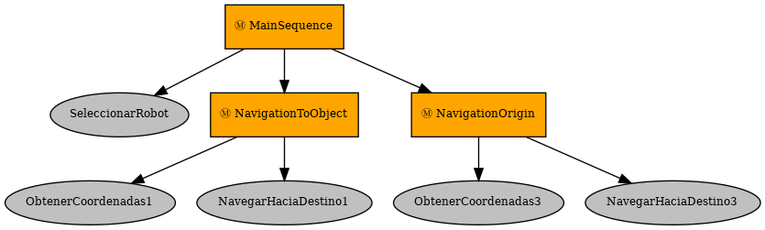
The Graphviz diagram bt.png in LuisLuar/Proyecto_Robotica, before a commit. Its source is kept beside it as bt.dot.
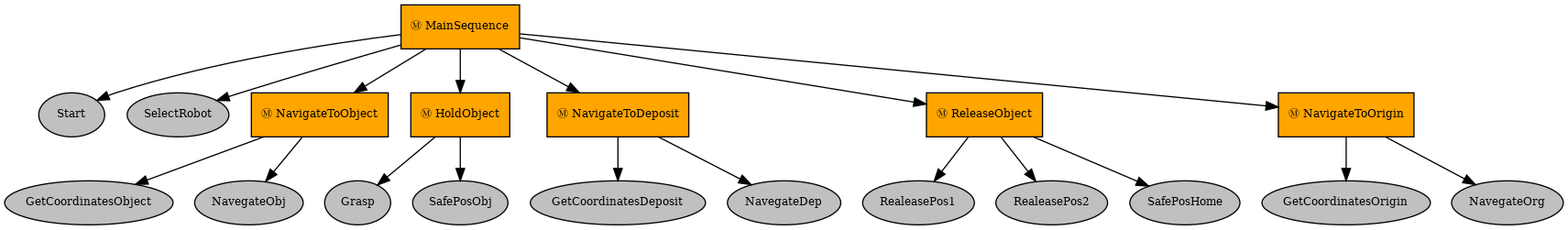
The same diagram one commit later.

Diff of the diagram source:
```diff
@@ -4,18 +4,40 @@
 node [fontname="times-roman"];
 edge [fontname="times-roman"];
 MainSequence [fillcolor=orange, fontcolor=black, fontsize=9, label="Ⓜ MainSequence", shape=box, style=filled];
-SeleccionarRobot [fillcolor=gray, fontcolor=black, fontsize=9, label=SeleccionarRobot, shape=ellipse, style=filled];
-MainSequence -> SeleccionarRobot;
-NavigationToObject [fillcolor=orange, fontcolor=black, fontsize=9, label="Ⓜ NavigationToObject", shape=box, style=filled];
-MainSequence -> NavigationToObject;
-ObtenerCoordenadas1 [fillcolor=gray, fontcolor=black, fontsize=9, label=ObtenerCoordenadas1, shape=ellipse, style=filled];
-NavigationToObject -> ObtenerCoordenadas1;
-NavegarHaciaDestino1 [fillcolor=gray, fontcolor=black, fontsize=9, label=NavegarHaciaDestino1, shape=ellipse, style=filled];
-NavigationToObject -> NavegarHaciaDestino1;
-NavigationOrigin [fillcolor=orange, fontcolor=black, fontsize=9, label="Ⓜ NavigationOrigin", shape=box, style=filled];
-MainSequence -> NavigationOrigin;
-ObtenerCoordenadas3 [fillcolor=gray, fontcolor=black, fontsize=9, label=ObtenerCoordenadas3, shape=ellipse, style=filled];
-NavigationOrigin -> ObtenerCoordenadas3;
-NavegarHaciaDestino3 [fillcolor=gray, fontcolor=black, fontsize=9, label=NavegarHaciaDestino3, shape=ellipse, style=filled];
-NavigationOrigin -> NavegarHaciaDestino3;
+Start [fillcolor=gray, fontcolor=black, fontsize=9, label=Start, shape=ellipse, style=filled];
+MainSequence -> Start;
+SelectRobot [fillcolor=gray, fontcolor=black, fontsize=9, label=SelectRobot, shape=ellipse, style=filled];
+MainSequence -> SelectRobot;
+NavigateToObject [fillcolor=orange, fontcolor=black, fontsize=9, label="Ⓜ NavigateToObject", shape=box, style=filled];
+MainSequence -> NavigateToObject;
+GetCoordinatesObject [fillcolor=gray, fontcolor=black, fontsize=9, label=GetCoordinatesObject, shape=ellipse, style=filled];
+NavigateToObject -> GetCoordinatesObject;
+NavegateObj [fillcolor=gray, fontcolor=black, fontsize=9, label=NavegateObj, shape=ellipse, style=filled];
+NavigateToObject -> NavegateObj;
+HoldObject [fillcolor=orange, fontcolor=black, fontsize=9, label="Ⓜ HoldObject", shape=box, style=filled];
+MainSequence -> HoldObject;
+Grasp [fillcolor=gray, fontcolor=black, fontsize=9, label=Grasp, shape=ellipse, style=filled];
+HoldObject -> Grasp;
+SafePosObj [fillcolor=gray, fontcolor=black, fontsize=9, label=SafePosObj, shape=ellipse, style=filled];
+HoldObject -> SafePosObj;
+NavigateToDeposit [fillcolor=orange, fontcolor=black, fontsize=9, label="Ⓜ NavigateToDeposit", shape=box, style=filled];
+MainSequence -> NavigateToDeposit;
+GetCoordinatesDeposit [fillcolor=gray, fontcolor=black, fontsize=9, label=GetCoordinatesDeposit, shape=ellipse, style=filled];
+NavigateToDeposit -> GetCoordinatesDeposit;
+NavegateDep [fillcolor=gray, fontcolor=black, fontsize=9, label=NavegateDep, shape=ellipse, style=filled];
+NavigateToDeposit -> NavegateDep;
+ReleaseObject [fillcolor=orange, fontcolor=black, fontsize=9, label="Ⓜ ReleaseObject", shape=box, style=filled];
+MainSequence -> ReleaseObject;
+RealeasePos1 [fillcolor=gray, fontcolor=black, fontsize=9, label=RealeasePos1, shape=ellipse, style=filled];
+ReleaseObject -> RealeasePos1;
+RealeasePos2 [fillcolor=gray, fontcolor=black, fontsize=9, label=RealeasePos2, shape=ellipse, style=filled];
+ReleaseObject -> RealeasePos2;
+SafePosHome [fillcolor=gray, fontcolor=black, fontsize=9, label=SafePosHome, shape=ellipse, style=filled];
+ReleaseObject -> SafePosHome;
+NavigateToOrigin [fillcolor=orange, fontcolor=black, fontsize=9, label="Ⓜ NavigateToOrigin", shape=box, style=filled];
+MainSequence -> NavigateToOrigin;
+GetCoordinatesOrigin [fillcolor=gray, fontcolor=black, fontsize=9, label=GetCoordinatesOrigin, shape=ellipse, style=filled];
+NavigateToOrigin -> GetCoordinatesOrigin;
+NavegateOrg [fillcolor=gray, fontcolor=black, fontsize=9, label=NavegateOrg, shape=ellipse, style=filled];
+NavigateToOrigin -> NavegateOrg;
 }
```
